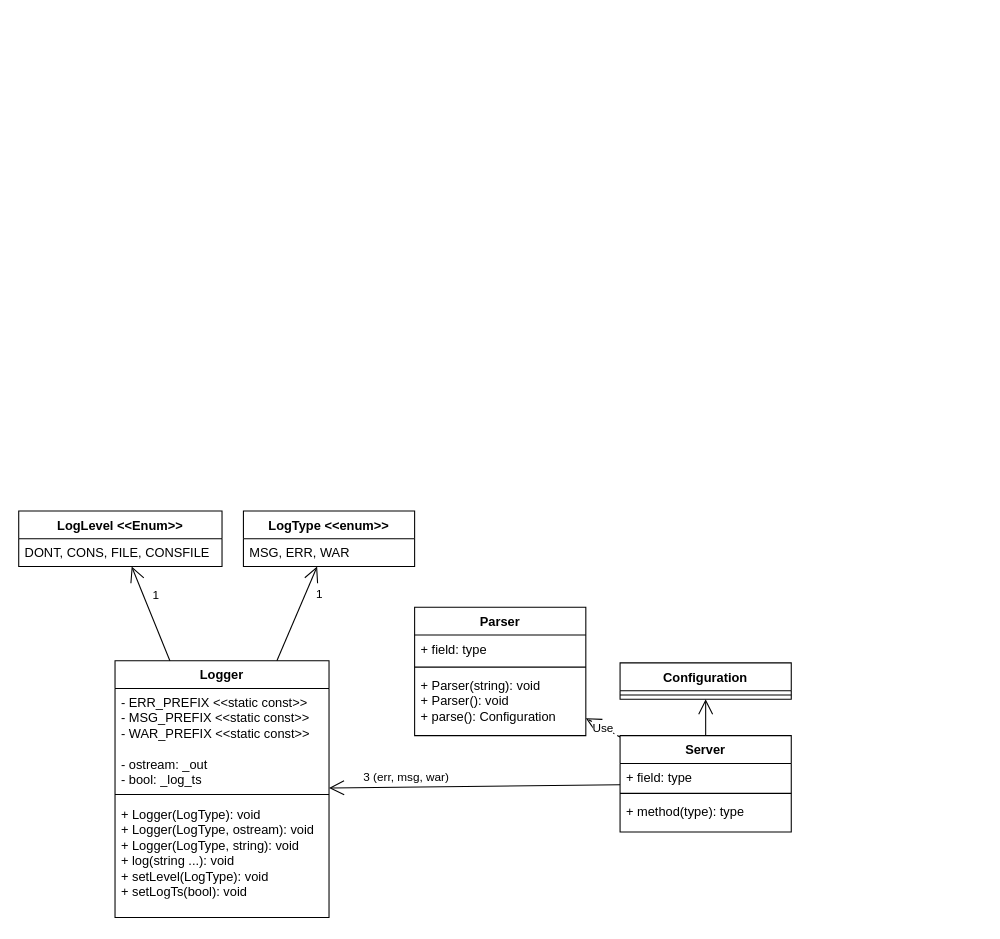
The draw.io diagram docs/class_diagram.drawio in Kevin-Seligmann/webserv, before the edit. Source tidied: cells renumbered, new cells numbered last; positions are measured from the earlier drawing's top-left corner, leaving out a move shared by most shapes. Both pictures are drawn from the tidied source at 107%, with x=0, y=0 at pixel (18, 510).
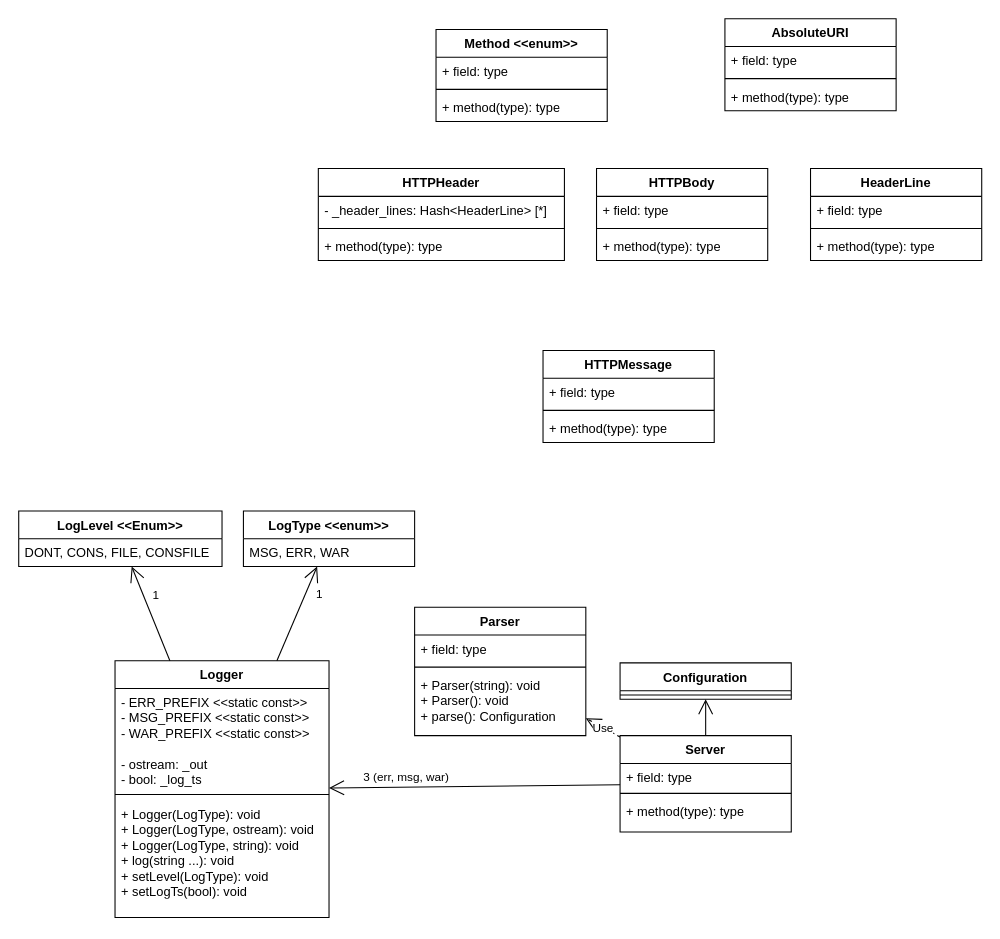
The same diagram, later.

Diff of the diagram source:
```diff
@@
+    <mxCell id="28" value="HTTPMessage" style="swimlane;fontStyle=1;align=center;verticalAlign=top;horizontal=1;startSize=26;whiteSpace=wrap;html=1;" parent="1" vertex="1">
+      <mxGeometry x="490" y="-150" width="160" height="86" as="geometry" />
+    </mxCell>
+    <mxCell id="29" value="+ field: type" style="text;strokeColor=none;fillColor=none;align=left;verticalAlign=top;spacingLeft=4;spacingRight=4;overflow=hidden;whiteSpace=wrap;html=1;" parent="28" vertex="1">
+      <mxGeometry y="26" width="160" height="26" as="geometry" />
+    </mxCell>
+    <mxCell id="30" style="line;strokeWidth=1;fillColor=none;align=left;verticalAlign=middle;spacingTop=-1;spacingLeft=3;spacingRight=3;labelPosition=right;strokeColor=inherit;" parent="28" vertex="1">
+      <mxGeometry y="52" width="160" height="8" as="geometry" />
+    </mxCell>
+    <mxCell id="31" value="+ method(type): type" style="text;strokeColor=none;fillColor=none;align=left;verticalAlign=top;spacingLeft=4;spacingRight=4;overflow=hidden;whiteSpace=wrap;html=1;" parent="28" vertex="1">
+      <mxGeometry y="60" width="160" height="26" as="geometry" />
+    </mxCell>
+    <mxCell id="32" value="HTTPHeader" style="swimlane;fontStyle=1;align=center;verticalAlign=top;horizontal=1;startSize=26;whiteSpace=wrap;html=1;" parent="1" vertex="1">
+      <mxGeometry x="280" y="-320" width="230" height="86" as="geometry" />
+    </mxCell>
+    <mxCell id="33" value="- _header_lines: Hash&amp;lt;HeaderLine&amp;gt; [*]" style="text;strokeColor=none;fillColor=none;align=left;verticalAlign=top;spacingLeft=4;spacingRight=4;overflow=hidden;whiteSpace=wrap;html=1;" parent="32" vertex="1">
+      <mxGeometry y="26" width="230" height="26" as="geometry" />
+    </mxCell>
+    <mxCell id="34" style="line;strokeWidth=1;fillColor=none;align=left;verticalAlign=middle;spacingTop=-1;spacingLeft=3;spacingRight=3;labelPosition=right;strokeColor=inherit;" parent="32" vertex="1">
+      <mxGeometry y="52" width="230" height="8" as="geometry" />
+    </mxCell>
+    <mxCell id="35" value="+ method(type): type" style="text;strokeColor=none;fillColor=none;align=left;verticalAlign=top;spacingLeft=4;spacingRight=4;overflow=hidden;whiteSpace=wrap;html=1;" parent="32" vertex="1">
+      <mxGeometry y="60" width="230" height="26" as="geometry" />
+    </mxCell>
+    <mxCell id="36" value="HeaderLine" style="swimlane;fontStyle=1;align=center;verticalAlign=top;horizontal=1;startSize=26;whiteSpace=wrap;html=1;" parent="1" vertex="1">
+      <mxGeometry x="740" y="-320" width="160" height="86" as="geometry" />
+    </mxCell>
+    <mxCell id="37" value="+ field: type" style="text;strokeColor=none;fillColor=none;align=left;verticalAlign=top;spacingLeft=4;spacingRight=4;overflow=hidden;whiteSpace=wrap;html=1;" parent="36" vertex="1">
+      <mxGeometry y="26" width="160" height="26" as="geometry" />
+    </mxCell>
+    <mxCell id="38" style="line;strokeWidth=1;fillColor=none;align=left;verticalAlign=middle;spacingTop=-1;spacingLeft=3;spacingRight=3;labelPosition=right;strokeColor=inherit;" parent="36" vertex="1">
+      <mxGeometry y="52" width="160" height="8" as="geometry" />
+    </mxCell>
+    <mxCell id="39" value="+ method(type): type" style="text;strokeColor=none;fillColor=none;align=left;verticalAlign=top;spacingLeft=4;spacingRight=4;overflow=hidden;whiteSpace=wrap;html=1;" parent="36" vertex="1">
+      <mxGeometry y="60" width="160" height="26" as="geometry" />
+    </mxCell>
+    <mxCell id="40" value="HTTPBody" style="swimlane;fontStyle=1;align=center;verticalAlign=top;horizontal=1;startSize=26;whiteSpace=wrap;html=1;" parent="1" vertex="1">
+      <mxGeometry x="540" y="-320" width="160" height="86" as="geometry" />
+    </mxCell>
+    <mxCell id="41" value="+ field: type" style="text;strokeColor=none;fillColor=none;align=left;verticalAlign=top;spacingLeft=4;spacingRight=4;overflow=hidden;whiteSpace=wrap;html=1;" parent="40" vertex="1">
+      <mxGeometry y="26" width="160" height="26" as="geometry" />
+    </mxCell>
+    <mxCell id="42" style="line;strokeWidth=1;fillColor=none;align=left;verticalAlign=middle;spacingTop=-1;spacingLeft=3;spacingRight=3;labelPosition=right;strokeColor=inherit;" parent="40" vertex="1">
+      <mxGeometry y="52" width="160" height="8" as="geometry" />
+    </mxCell>
+    <mxCell id="43" value="+ method(type): type" style="text;strokeColor=none;fillColor=none;align=left;verticalAlign=top;spacingLeft=4;spacingRight=4;overflow=hidden;whiteSpace=wrap;html=1;" parent="40" vertex="1">
+      <mxGeometry y="60" width="160" height="26" as="geometry" />
+    </mxCell>
+    <mxCell id="44" value="AbsoluteURI" style="swimlane;fontStyle=1;align=center;verticalAlign=top;horizontal=1;startSize=26;whiteSpace=wrap;html=1;" parent="1" vertex="1">
+      <mxGeometry x="660" y="-460" width="160" height="86" as="geometry" />
+    </mxCell>
+    <mxCell id="45" value="+ field: type" style="text;strokeColor=none;fillColor=none;align=left;verticalAlign=top;spacingLeft=4;spacingRight=4;overflow=hidden;whiteSpace=wrap;html=1;" parent="44" vertex="1">
+      <mxGeometry y="26" width="160" height="26" as="geometry" />
+    </mxCell>
+    <mxCell id="46" style="line;strokeWidth=1;fillColor=none;align=left;verticalAlign=middle;spacingTop=-1;spacingLeft=3;spacingRight=3;labelPosition=right;strokeColor=inherit;" parent="44" vertex="1">
+      <mxGeometry y="52" width="160" height="8" as="geometry" />
+    </mxCell>
+    <mxCell id="47" value="+ method(type): type" style="text;strokeColor=none;fillColor=none;align=left;verticalAlign=top;spacingLeft=4;spacingRight=4;overflow=hidden;whiteSpace=wrap;html=1;" parent="44" vertex="1">
+      <mxGeometry y="60" width="160" height="26" as="geometry" />
+    </mxCell>
+    <mxCell id="48" value="Method &amp;lt;&amp;lt;enum&amp;gt;&amp;gt;" style="swimlane;fontStyle=1;align=center;verticalAlign=top;horizontal=1;startSize=26;whiteSpace=wrap;html=1;" parent="1" vertex="1">
+      <mxGeometry x="390" y="-450" width="160" height="86" as="geometry" />
+    </mxCell>
+    <mxCell id="49" value="+ field: type" style="text;strokeColor=none;fillColor=none;align=left;verticalAlign=top;spacingLeft=4;spacingRight=4;overflow=hidden;whiteSpace=wrap;html=1;" parent="48" vertex="1">
+      <mxGeometry y="26" width="160" height="26" as="geometry" />
+    </mxCell>
+    <mxCell id="50" style="line;strokeWidth=1;fillColor=none;align=left;verticalAlign=middle;spacingTop=-1;spacingLeft=3;spacingRight=3;labelPosition=right;strokeColor=inherit;" parent="48" vertex="1">
+      <mxGeometry y="52" width="160" height="8" as="geometry" />
+    </mxCell>
+    <mxCell id="51" value="+ method(type): type" style="text;strokeColor=none;fillColor=none;align=left;verticalAlign=top;spacingLeft=4;spacingRight=4;overflow=hidden;whiteSpace=wrap;html=1;" parent="48" vertex="1">
+      <mxGeometry y="60" width="160" height="26" as="geometry" />
+    </mxCell>
```
